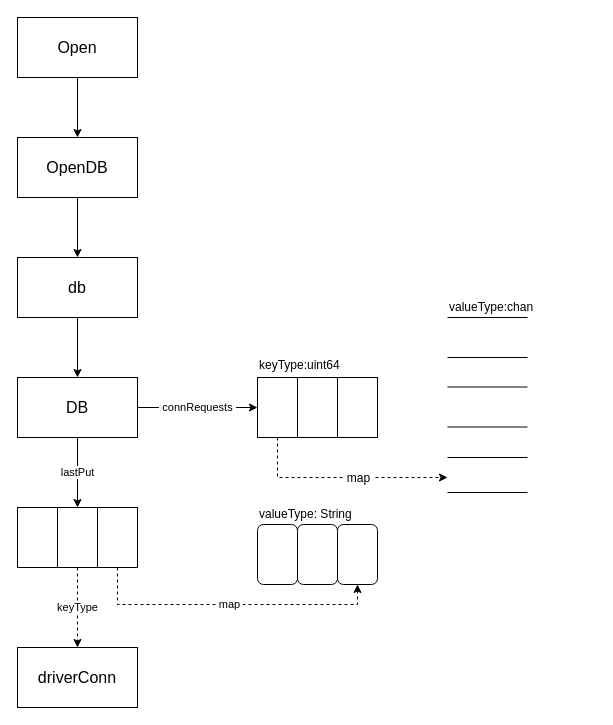
This is Database.drawio from oiar/assets, a draw.io file, before an edit. Source tidied: cells renumbered, new cells numbered last; positions are measured from the earlier drawing's top-left corner, leaving out a move shared by most shapes. Both pictures are drawn from the tidied source at 100%, with x=0, y=0 at pixel (17, 17).
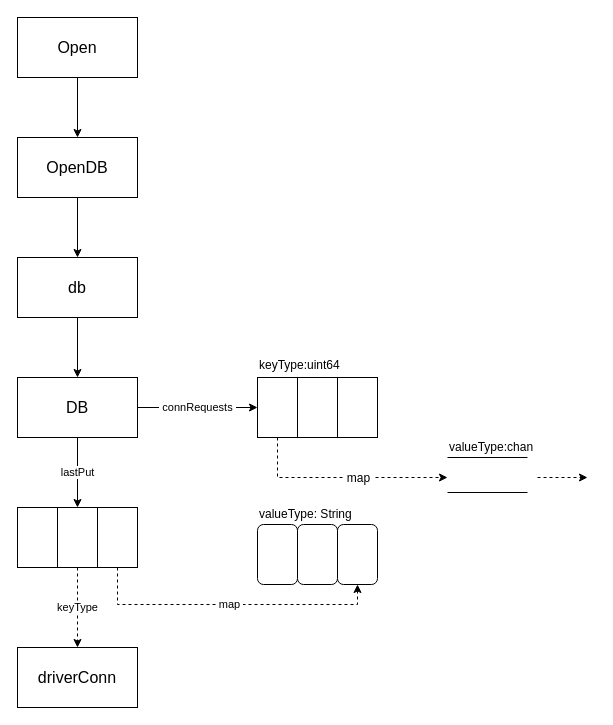
The same page after the edit.

Change to the diagram source:
```diff
@@
-    <mxCell id="27" style="endArrow=none;html=1;" parent="1" edge="1">
-      <mxGeometry relative="1" as="geometry">
-        <mxPoint x="430" y="369.5" as="sourcePoint" />
-        <mxPoint x="510" y="369.5" as="targetPoint" />
-      </mxGeometry>
-    </mxCell>
-    <mxCell id="28" style="endArrow=none;html=1;" parent="1" edge="1">
-      <mxGeometry relative="1" as="geometry">
-        <mxPoint x="430" y="409.5" as="sourcePoint" />
-        <mxPoint x="510" y="409.5" as="targetPoint" />
-      </mxGeometry>
-    </mxCell>
@@
-    <mxCell id="31" style="endArrow=none;html=1;" parent="1" edge="1">
-      <mxGeometry relative="1" as="geometry">
-        <mxPoint x="430" y="300" as="sourcePoint" />
-        <mxPoint x="510" y="300" as="targetPoint" />
-      </mxGeometry>
-    </mxCell>
-    <mxCell id="32" style="endArrow=none;html=1;" parent="1" edge="1">
-      <mxGeometry relative="1" as="geometry">
-        <mxPoint x="430" y="340" as="sourcePoint" />
-        <mxPoint x="510" y="340" as="targetPoint" />
-      </mxGeometry>
-    </mxCell>
     <mxCell id="33" value="valueType:chan" style="text;html=1;align=left;verticalAlign=top;spacingTop=-4;" parent="1" vertex="1">
-      <mxGeometry x="430" y="280" width="100" height="20" as="geometry" />
+      <mxGeometry x="430" y="420" width="100" height="20" as="geometry" />
     </mxCell>
+    <mxCell id="34" style="endArrow=classic;html=1;dashed=1;" parent="1" edge="1">
+      <mxGeometry relative="1" as="geometry">
+        <mxPoint x="520" y="460" as="sourcePoint" />
+        <mxPoint x="570" y="460" as="targetPoint" />
+      </mxGeometry>
+    </mxCell>
```
